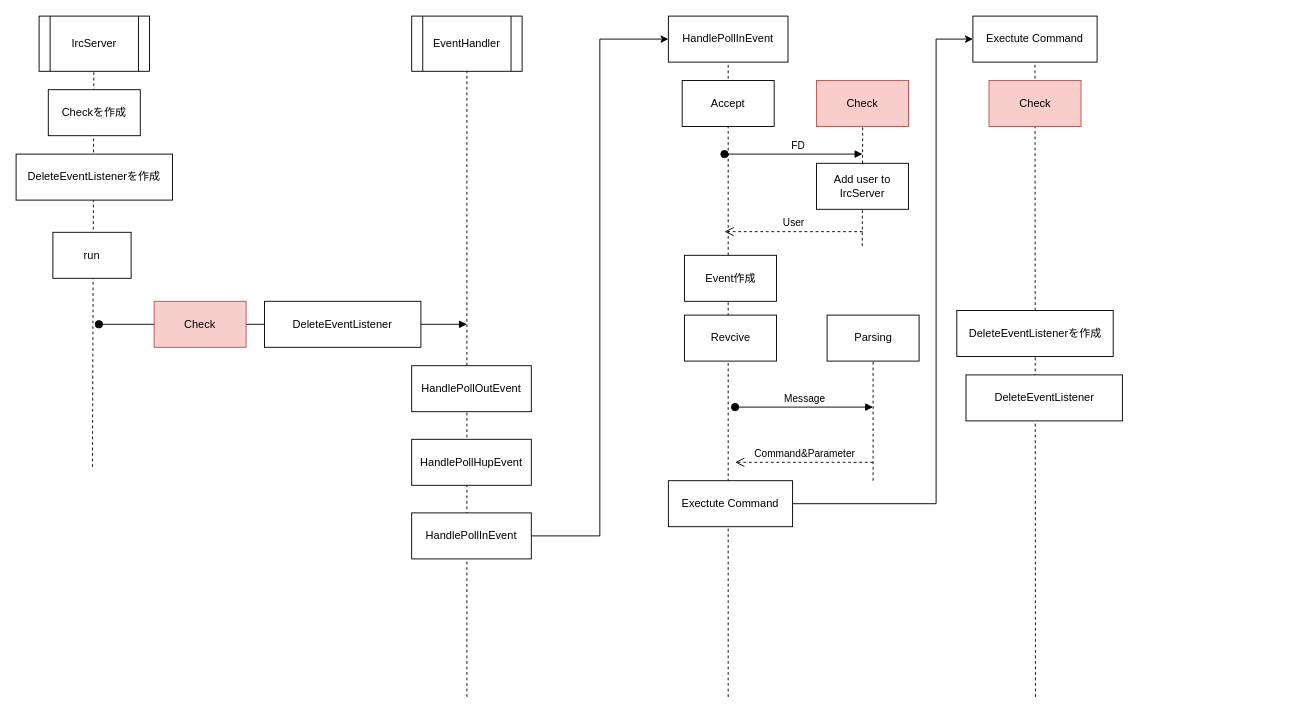
Before: docs/Untitled Diagram.drawio in IRC-WIR/ft_irc, a draw.io diagram. Source tidied: cells renumbered, new cells numbered last; positions are measured from the earlier drawing's top-left corner, leaving out a move shared by most shapes. Both pictures are drawn from the tidied source at 92%, with x=0, y=0 at pixel (16, 16).
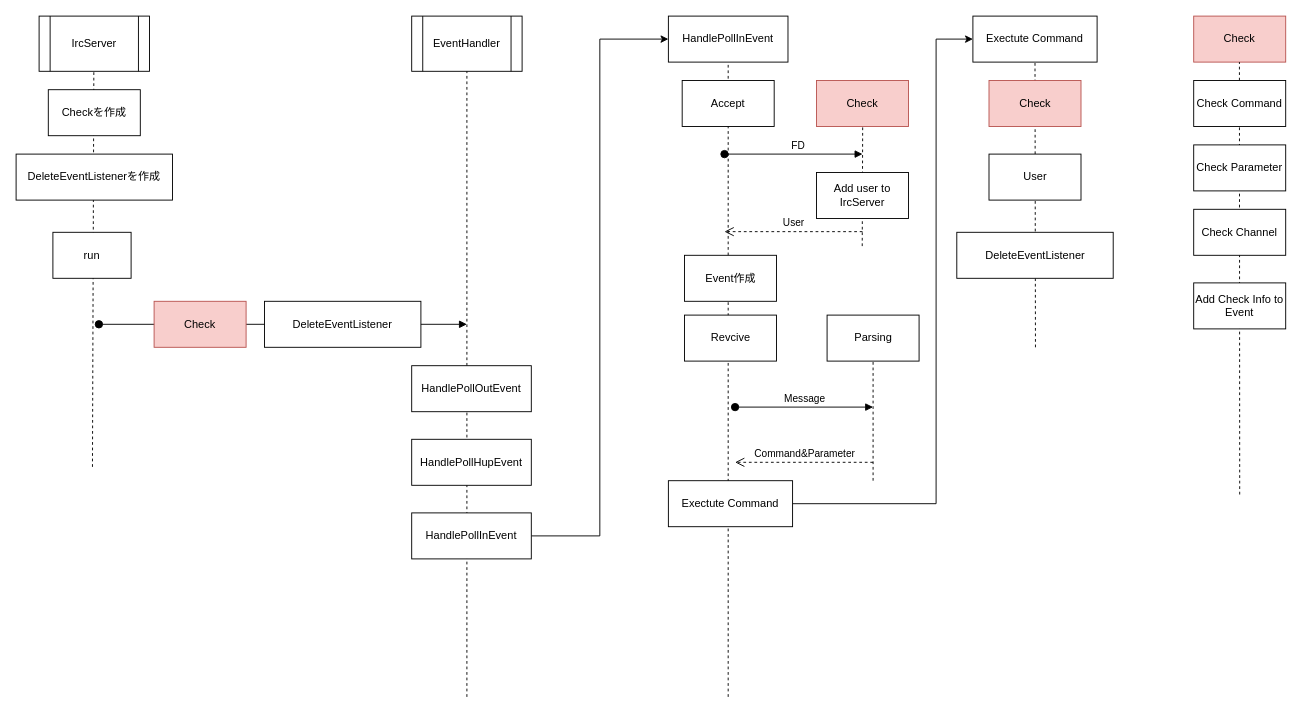
The same diagram, later.

Commit message:
Update add check context

Unchanged cells that the change refers to:
```xml
<mxCell id="24" value="Exectute Command" style="rounded=0;whiteSpace=wrap;html=1;" parent="1" vertex="1">
  <mxGeometry x="1040" width="135" height="50" as="geometry" />
</mxCell>
```

Diff of the diagram source:
```diff
@@
     <mxCell id="25" style="endArrow=none;dashed=1;html=1;rounded=0;entryX=0.5;entryY=1;entryDx=0;entryDy=0;" parent="1" edge="1" target="24">
       <mxGeometry relative="1" as="geometry">
-        <mxPoint x="1108" y="740" as="sourcePoint" />
+        <mxPoint x="1108" y="360" as="sourcePoint" />
       </mxGeometry>
     </mxCell>
@@
     <mxCell id="27" value="DeleteEventListener" style="rounded=0;whiteSpace=wrap;html=1;" parent="1" vertex="1">
-      <mxGeometry x="1032.5" y="390" width="170" height="50" as="geometry" />
+      <mxGeometry x="1022.5" y="235" width="170" height="50" as="geometry" />
     </mxCell>
@@
     <mxCell id="32" value="Add user to IrcServer" style="rounded=0;whiteSpace=wrap;html=1;" parent="1" vertex="1">
-      <mxGeometry x="870" y="160" width="100" height="50" as="geometry" />
+      <mxGeometry x="870" y="170" width="100" height="50" as="geometry" />
     </mxCell>
-    <mxCell id="33" value="DeleteEventListenerを作成" style="rounded=0;whiteSpace=wrap;html=1;" parent="1" vertex="1">
-      <mxGeometry x="1022.5" y="320" width="170" height="50" as="geometry" />
-    </mxCell>
@@
+    <mxCell id="37" value="User" style="rounded=0;whiteSpace=wrap;html=1;" parent="1" vertex="1">
+      <mxGeometry x="1057.5" y="150" width="100" height="50" as="geometry" />
+    </mxCell>
+    <mxCell id="38" value="Check" style="rounded=0;whiteSpace=wrap;html=1;fillColor=#f8cecc;strokeColor=#b85450;" parent="1" vertex="1">
+      <mxGeometry x="1280" width="100" height="50" as="geometry" />
+    </mxCell>
+    <mxCell id="39" style="endArrow=none;dashed=1;html=1;rounded=0;entryX=0.5;entryY=1;entryDx=0;entryDy=0;" parent="1" edge="1">
+      <mxGeometry relative="1" as="geometry">
+        <mxPoint x="1330" y="520" as="sourcePoint" />
+        <mxPoint x="1329.7" y="50" as="targetPoint" />
+      </mxGeometry>
+    </mxCell>
+    <mxCell id="40" value="Check Command" style="rounded=0;whiteSpace=wrap;html=1;" parent="1" vertex="1">
+      <mxGeometry x="1280" y="70" width="100" height="50" as="geometry" />
+    </mxCell>
+    <mxCell id="41" value="Check Parameter" style="rounded=0;whiteSpace=wrap;html=1;" parent="1" vertex="1">
+      <mxGeometry x="1280" y="140" width="100" height="50" as="geometry" />
+    </mxCell>
+    <mxCell id="42" value="Add Check Info to Event" style="rounded=0;whiteSpace=wrap;html=1;" parent="1" vertex="1">
+      <mxGeometry x="1280" y="290" width="100" height="50" as="geometry" />
+    </mxCell>
+    <mxCell id="43" value="Check Channel" style="rounded=0;whiteSpace=wrap;html=1;" parent="1" vertex="1">
+      <mxGeometry x="1280" y="210" width="100" height="50" as="geometry" />
+    </mxCell>
```
